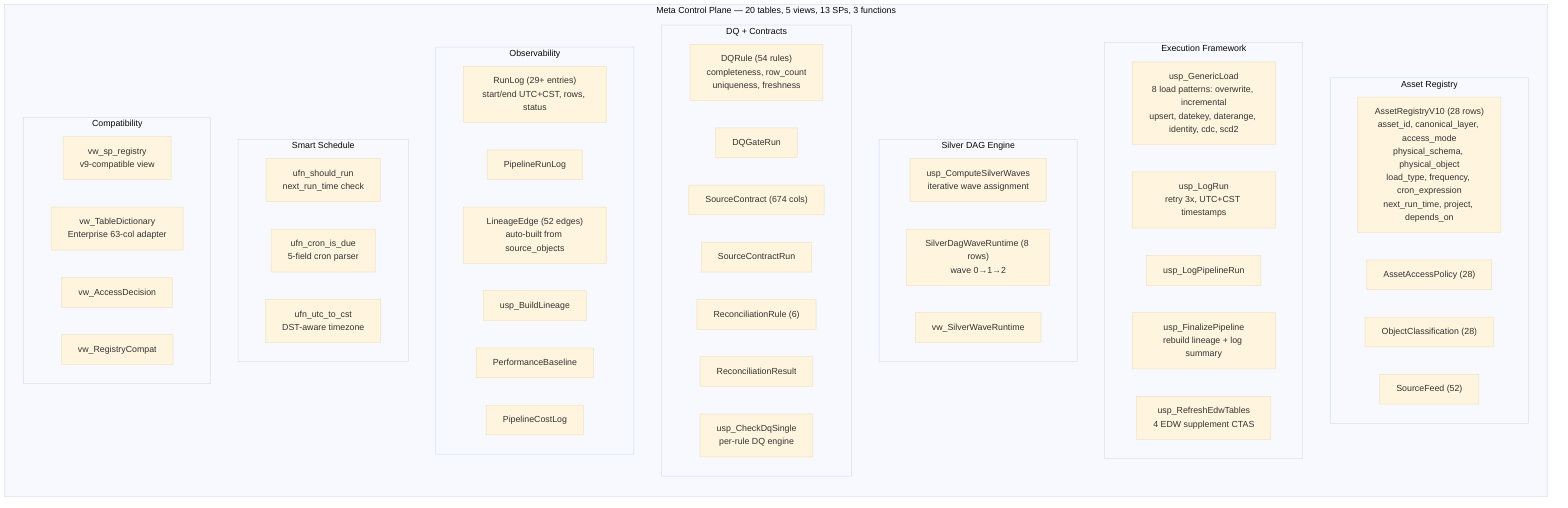
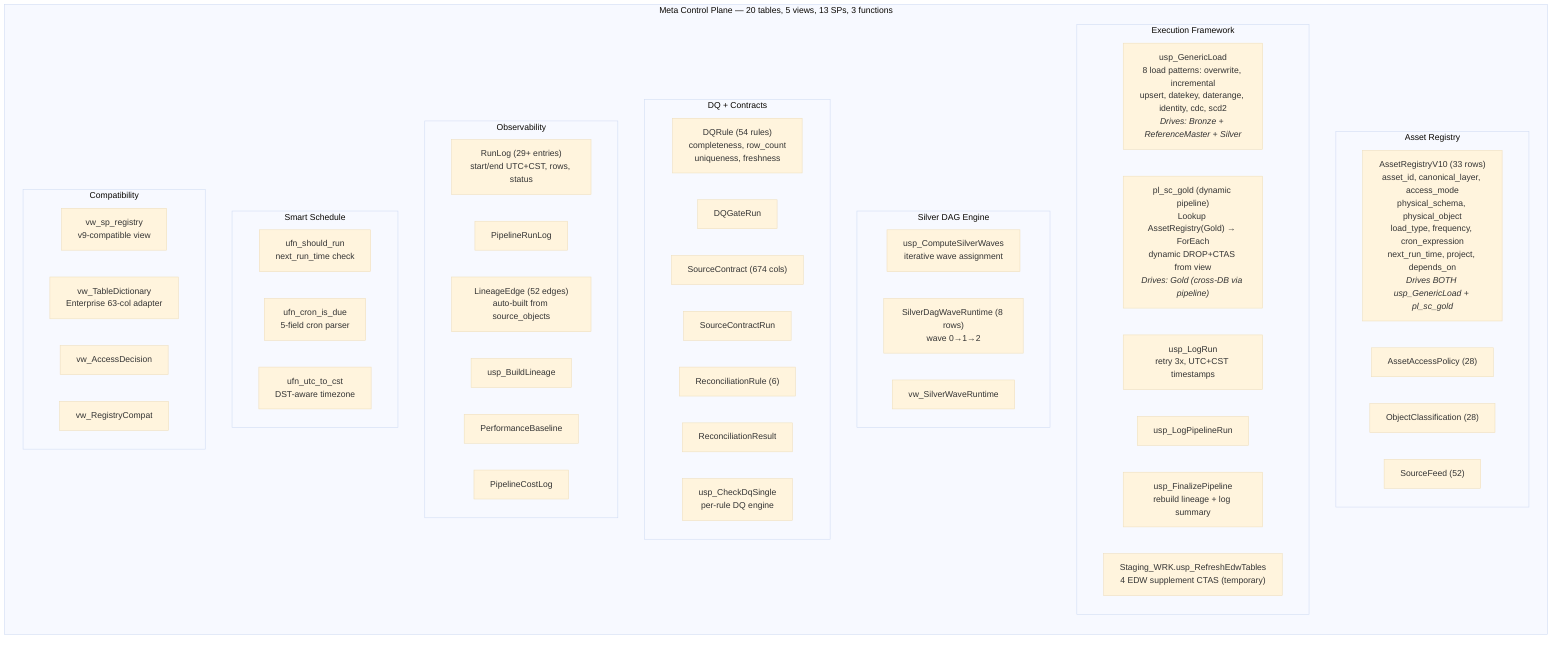
%%{init: {'theme': 'base'}}%%
flowchart LR
    subgraph CP["Meta Control Plane — 20 tables, 5 views, 13 SPs, 3 functions"]
        direction TB

        subgraph REGISTRY["Asset Registry"]
-             AR["AssetRegistryV10 (28 rows)<br/>asset_id, canonical_layer, access_mode<br/>physical_schema, physical_object<br/>load_type, frequency, cron_expression<br/>next_run_time, project, depends_on"]
+             AR["AssetRegistryV10 (33 rows)<br/>asset_id, canonical_layer, access_mode<br/>physical_schema, physical_object<br/>load_type, frequency, cron_expression<br/>next_run_time, project, depends_on<br/><i>Drives BOTH usp_GenericLoad + pl_sc_gold</i>"]
            AAP["AssetAccessPolicy (28)"]
            OC["ObjectClassification (28)"]
            SF["SourceFeed (52)"]
        end

        subgraph EXECUTION["Execution Framework"]
-             GL["usp_GenericLoad<br/>8 load patterns: overwrite, incremental<br/>upsert, datekey, daterange, identity, cdc, scd2"]
+             GL["usp_GenericLoad<br/>8 load patterns: overwrite, incremental<br/>upsert, datekey, daterange, identity, cdc, scd2<br/><i>Drives: Bronze + ReferenceMaster + Silver</i>"]
+             GPG["pl_sc_gold (dynamic pipeline)<br/>Lookup AssetRegistry(Gold) → ForEach<br/>dynamic DROP+CTAS from view<br/><i>Drives: Gold (cross-DB via pipeline)</i>"]
            LR2["usp_LogRun<br/>retry 3x, UTC+CST timestamps"]
            LPR["usp_LogPipelineRun"]
            FP["usp_FinalizePipeline<br/>rebuild lineage + log summary"]
-             RET["usp_RefreshEdwTables<br/>4 EDW supplement CTAS"]
+             RET["Staging_WRK.usp_RefreshEdwTables<br/>4 EDW supplement CTAS (temporary)"]
        end

        subgraph DAG["Silver DAG Engine"]
            CSW["usp_ComputeSilverWaves<br/>iterative wave assignment"]
            WRT["SilverDagWaveRuntime (8 rows)<br/>wave 0→1→2"]
            VW["vw_SilverWaveRuntime"]
        end

        subgraph QUALITY["DQ + Contracts"]
            DQR["DQRule (54 rules)<br/>completeness, row_count<br/>uniqueness, freshness"]
            DQG["DQGateRun"]
            SC2["SourceContract (674 cols)"]
            SCR["SourceContractRun"]
            RR["ReconciliationRule (6)"]
            RRE["ReconciliationResult"]
            DQS["usp_CheckDqSingle<br/>per-rule DQ engine"]
        end

        subgraph OBSERVABILITY["Observability"]
            RL["RunLog (29+ entries)<br/>start/end UTC+CST, rows, status"]
            PRL["PipelineRunLog"]
            LE["LineageEdge (52 edges)<br/>auto-built from source_objects"]
            BL["usp_BuildLineage"]
            PB["PerformanceBaseline"]
            PCL["PipelineCostLog"]
        end

        subgraph SCHEDULE["Smart Schedule"]
            UFN1["ufn_should_run<br/>next_run_time check"]
            UFN2["ufn_cron_is_due<br/>5-field cron parser"]
            UFN3["ufn_utc_to_cst<br/>DST-aware timezone"]
        end

        subgraph COMPAT["Compatibility"]
            VSR["vw_sp_registry<br/>v9-compatible view"]
            VTD["vw_TableDictionary<br/>Enterprise 63-col adapter"]
            VAD["vw_AccessDecision"]
            VRC["vw_RegistryCompat"]
        end
    end
